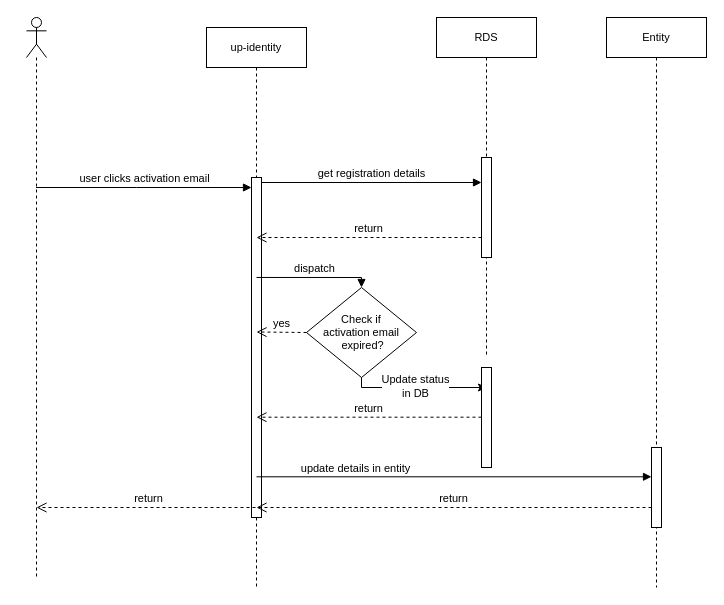
ajeeshraj56/drawio keeps this draw.io diagram as page "flow - 3" (3 of 3) of regsiter_user_normal_flow.drawio. Above is the earlier version. Source tidied: cells renumbered, new cells numbered last; positions are measured from the earlier drawing's top-left corner, leaving out a move shared by most shapes. Both pictures are drawn from the tidied source at 100%, with x=0, y=0 at pixel (26, 17).
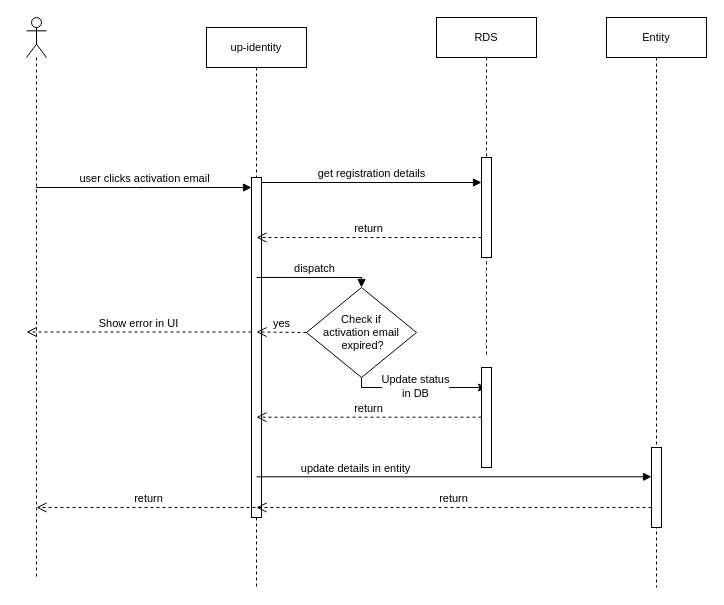
After the change.

What changed in the source:
```diff
@@
+    <mxCell id="22" value="Show error in UI" style="html=1;verticalAlign=bottom;endArrow=open;dashed=1;endSize=8;curved=0;rounded=0;fontSize=11;labelBorderColor=none;" parent="1" edge="1">
+      <mxGeometry relative="1" as="geometry">
+        <mxPoint x="225" y="314.5" as="sourcePoint" />
+        <mxPoint y="314.5" as="targetPoint" />
+      </mxGeometry>
+    </mxCell>
```
